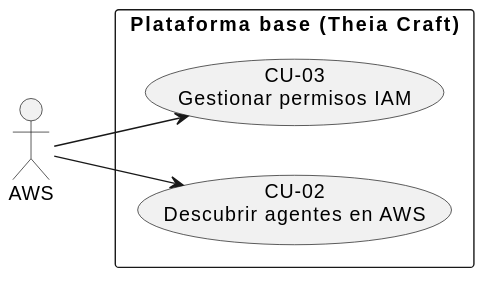
Before: Capítulos/Capítulo 2/CdU/AWS/AWS.svg, a diagram exported from PlantUML (JoseSalceda/TFG).
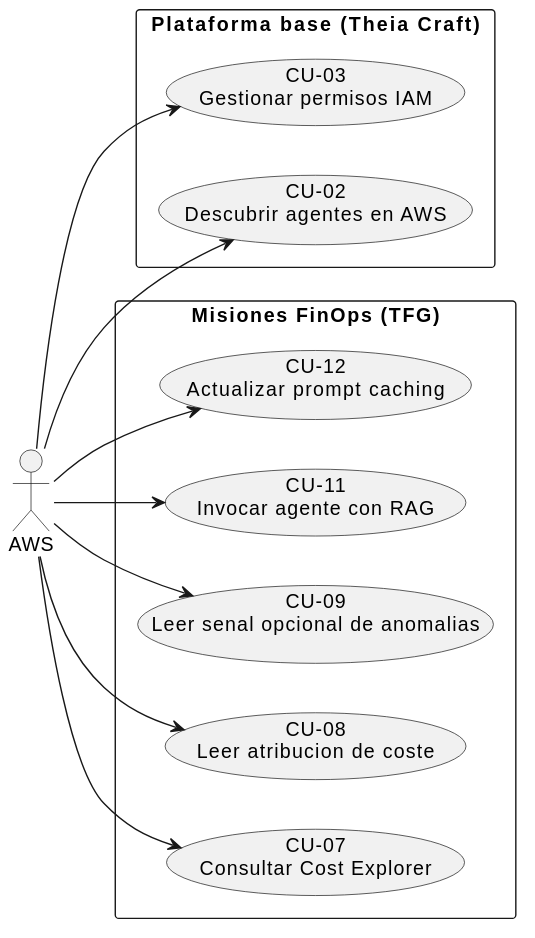
The same file after the commit.

Change to the diagram source:
```diff
@@ -9,6 +9,19 @@
   usecase "CU-03\nGestionar permisos IAM" as CU03
 }
 
+rectangle "Misiones FinOps (TFG)" {
+  usecase "CU-07\nConsultar Cost Explorer" as CU07
+  usecase "CU-08\nLeer atribucion de coste" as CU08
+  usecase "CU-09\nLeer senal opcional de anomalias" as CU09
+  usecase "CU-11\nInvocar agente con RAG" as CU11
+  usecase "CU-12\nActualizar prompt caching" as CU12
+}
+
 AWS --> CU02
 AWS --> CU03
+AWS --> CU07
+AWS --> CU08
+AWS --> CU09
+AWS --> CU11
+AWS --> CU12
 @enduml
```
